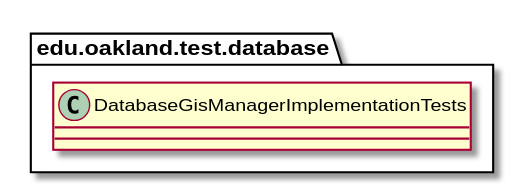
Earlier version of the PlantUML export docs/uml-class-diagrams/database/test/DatabaseGisManagerImplementationTests/DatabaseGisManagerImplementationTests.svg (elilley15/csi-3370-software-project). Source of this version:
```plantuml
@startuml DatabaseGisManagerImplementationTests

package edu.oakland.test.database {
    class DatabaseGisManagerImplementationTests {

    }
}

@enduml
```
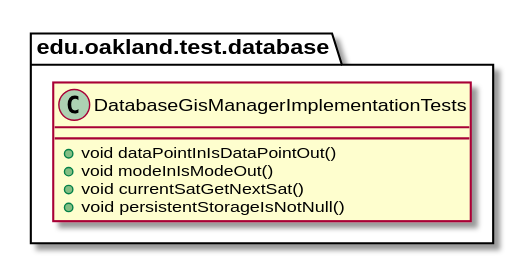
The same diagram one commit later.

What changed in the source:
```diff
@@ -2,7 +2,10 @@
 
 package edu.oakland.test.database {
     class DatabaseGisManagerImplementationTests {
-
+        + void dataPointInIsDataPointOut()
+        + void modeInIsModeOut()
+        + void currentSatGetNextSat()
+        + void persistentStorageIsNotNull()
     }
 }
 
```
